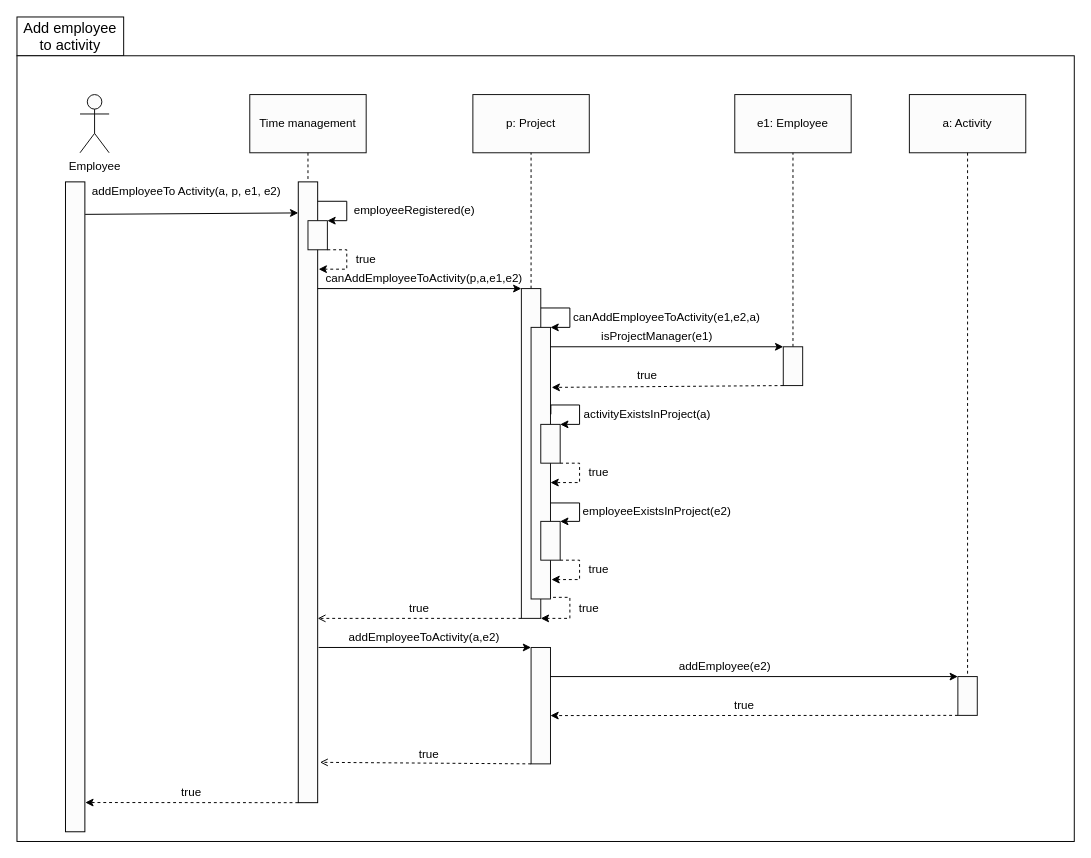
This is addEmployeeToActivity-sequence-diagram.drawio from HLLissau/SoftwareProjekt, a draw.io file, before an edit. Source tidied: cells renumbered, new cells numbered last; positions are measured from the earlier drawing's top-left corner, leaving out a move shared by most shapes. Both pictures are drawn from the tidied source at 97%, with x=0, y=0 at pixel (16, 16).
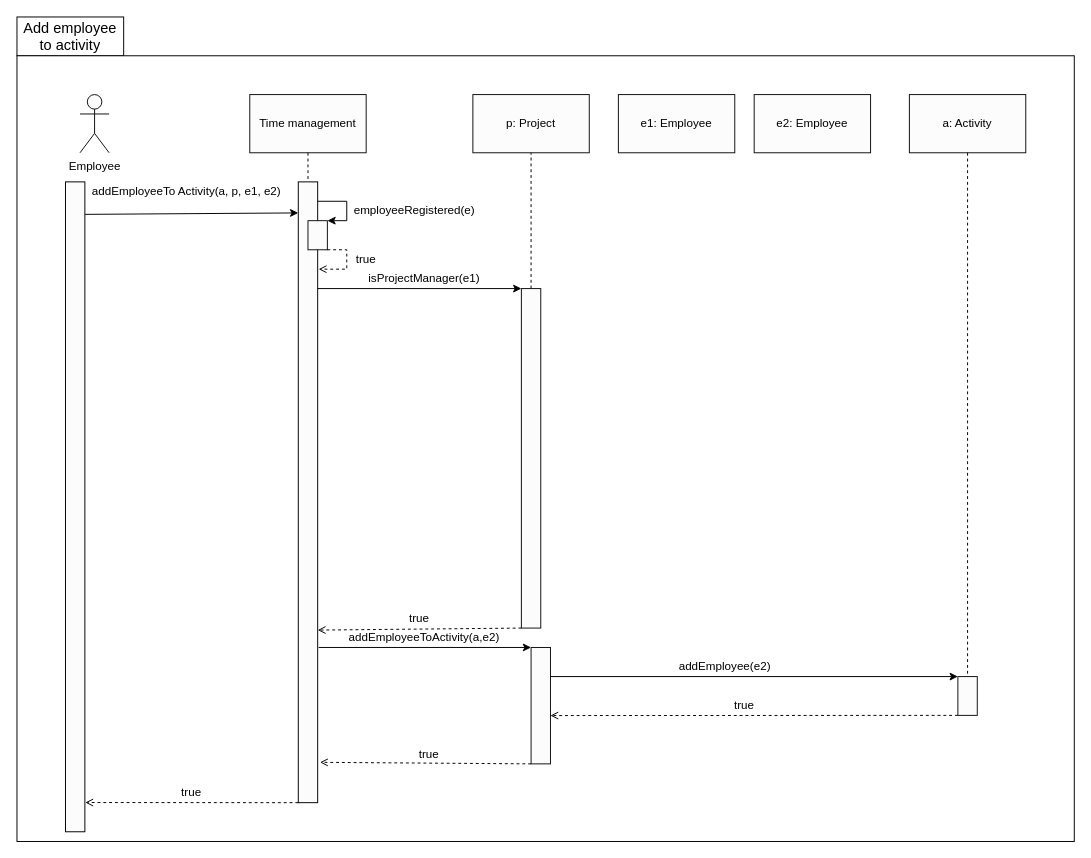
The same diagram, later.

The change refers to these unchanged cells:
```xml
<mxCell id="4" style="rounded=0;whiteSpace=wrap;html=1;fillColor=#FCFCFC;" parent="1" vertex="1">
  <mxGeometry x="290" y="170" width="20" height="640" as="geometry" />
</mxCell>
<mxCell id="10" style="rounded=0;whiteSpace=wrap;html=1;fillColor=#FCFCFC;" parent="1" vertex="1">
  <mxGeometry x="50" y="170" width="20" height="670" as="geometry" />
</mxCell>
<mxCell id="16" style="rounded=0;whiteSpace=wrap;html=1;strokeColor=#0F0F0F;fillColor=#FCFCFC;" parent="1" vertex="1">
  <mxGeometry x="300" y="210" width="20" height="30" as="geometry" />
</mxCell>
<mxCell id="33" style="rounded=0;whiteSpace=wrap;html=1;strokeColor=#0F0F0F;fillColor=#FCFCFC;" parent="1" vertex="1">
  <mxGeometry x="530" y="650" width="20" height="120" as="geometry" />
</mxCell>
<mxCell id="46" style="rounded=0;whiteSpace=wrap;html=1;strokeColor=#0F0F0F;fillColor=#FCFCFC;" parent="1" vertex="1">
  <mxGeometry x="970" y="680" width="20" height="40" as="geometry" />
</mxCell>
```

Change to the diagram source:
```diff
@@
     <mxCell id="7" value="e1: Employee" style="rounded=0;whiteSpace=wrap;html=1;fillColor=#FCFCFC;strokeColor=#0F0F0F;" parent="1" vertex="1">
-      <mxGeometry x="740" y="80" width="120" height="60" as="geometry" />
+      <mxGeometry x="620" y="80" width="120" height="60" as="geometry" />
     </mxCell>
@@
-    <mxCell id="15" style="endArrow=none;dashed=1;html=1;entryX=0.5;entryY=1;entryDx=0;entryDy=0;exitX=0.5;exitY=0;exitDx=0;exitDy=0;" parent="1" edge="1" source="26" target="7">
-      <mxGeometry relative="1" as="geometry" />
-    </mxCell>
@@
-    <mxCell id="19" style="endArrow=classic;html=1;dashed=1;exitX=1;exitY=1;exitDx=0;exitDy=0;rounded=0;" parent="1" edge="1" source="16">
+    <mxCell id="19" style="endArrow=open;html=1;dashed=1;exitX=1;exitY=1;exitDx=0;exitDy=0;rounded=0;endFill=0;" parent="1" edge="1" source="16">
       <mxGeometry relative="1" as="geometry">
         <mxPoint x="311" y="260" as="targetPoint" />
         <Array as="points">
           <mxPoint x="340" y="240" />
           <mxPoint x="340" y="260" />
         </Array>
       </mxGeometry>
     </mxCell>
     <mxCell id="20" style="rounded=0;whiteSpace=wrap;html=1;strokeColor=#0F0F0F;fillColor=#FCFCFC;" parent="1" vertex="1">
-      <mxGeometry x="520" y="280" width="20" height="340" as="geometry" />
+      <mxGeometry x="520" y="280" width="20" height="350" as="geometry" />
     </mxCell>
@@
-    <mxCell id="22" value="canAddEmployeeToActivity(p,a,e1,e2)" style="text;html=1;strokeColor=none;fillColor=none;align=center;verticalAlign=middle;whiteSpace=wrap;rounded=0;" parent="1" vertex="1">
+    <mxCell id="22" value="isProjectManager(e1)" style="text;html=1;strokeColor=none;fillColor=none;align=center;verticalAlign=middle;whiteSpace=wrap;rounded=0;" parent="1" vertex="1">
       <mxGeometry x="400" y="260" width="40" height="20" as="geometry" />
     </mxCell>
-    <mxCell id="23" style="rounded=0;whiteSpace=wrap;html=1;strokeColor=#0F0F0F;fillColor=#FCFCFC;" parent="1" vertex="1">
-      <mxGeometry x="530" y="320" width="20" height="280" as="geometry" />
-    </mxCell>
-    <mxCell id="24" style="endArrow=classic;html=1;entryX=1;entryY=0;entryDx=0;entryDy=0;edgeStyle=orthogonalEdgeStyle;rounded=0;" parent="1" edge="1" target="23">
-      <mxGeometry relative="1" as="geometry">
-        <mxPoint x="540" y="300" as="sourcePoint" />
-        <Array as="points">
-          <mxPoint x="570" y="300" />
-          <mxPoint x="570" y="320" />
-        </Array>
-      </mxGeometry>
-    </mxCell>
-    <mxCell id="25" value="canAddEmployeeToActivity(e1,e2,a)" style="text;html=1;strokeColor=none;fillColor=none;align=center;verticalAlign=middle;whiteSpace=wrap;rounded=0;" parent="1" vertex="1">
-      <mxGeometry x="650" y="300" width="40" height="20" as="geometry" />
-    </mxCell>
-    <mxCell id="26" style="rounded=0;whiteSpace=wrap;html=1;strokeColor=#0F0F0F;fillColor=#FCFCFC;" parent="1" vertex="1">
-      <mxGeometry x="790" y="340" width="20" height="40" as="geometry" />
-    </mxCell>
-    <mxCell id="27" style="endArrow=classic;html=1;entryX=0;entryY=0;entryDx=0;entryDy=0;" parent="1" edge="1" target="26">
-      <mxGeometry relative="1" as="geometry">
-        <mxPoint x="550" y="340" as="sourcePoint" />
-      </mxGeometry>
-    </mxCell>
-    <mxCell id="28" value="isProjectManager(e1)" style="text;html=1;strokeColor=none;fillColor=none;align=center;verticalAlign=middle;whiteSpace=wrap;rounded=0;" parent="1" vertex="1">
-      <mxGeometry x="640" y="320" width="40" height="20" as="geometry" />
-    </mxCell>
-    <mxCell id="29" style="endArrow=classic;html=1;exitX=0;exitY=1;exitDx=0;exitDy=0;entryX=1.06;entryY=0.221;entryDx=0;entryDy=0;dashed=1;entryPerimeter=0;" parent="1" edge="1" source="26" target="23">
-      <mxGeometry relative="1" as="geometry" />
-    </mxCell>
-    <mxCell id="30" value="true" style="text;html=1;strokeColor=none;fillColor=none;align=center;verticalAlign=middle;whiteSpace=wrap;rounded=0;" parent="1" vertex="1">
-      <mxGeometry x="630" y="360" width="40" height="20" as="geometry" />
-    </mxCell>
-    <mxCell id="31" style="endArrow=open;html=1;dashed=1;exitX=0;exitY=1;exitDx=0;exitDy=0;endFill=0;" parent="1" edge="1" source="20">
-      <mxGeometry relative="1" as="geometry">
-        <mxPoint x="310" y="620" as="targetPoint" />
-      </mxGeometry>
+    <mxCell id="31" style="endArrow=open;html=1;dashed=1;exitX=0;exitY=1;exitDx=0;exitDy=0;endFill=0;entryX=1.003;entryY=0.722;entryDx=0;entryDy=0;entryPerimeter=0;" parent="1" edge="1" source="20" target="4">
+      <mxGeometry relative="1" as="geometry" />
     </mxCell>
     <mxCell id="32" value="true" style="text;html=1;strokeColor=none;fillColor=none;align=center;verticalAlign=middle;whiteSpace=wrap;rounded=0;" parent="1" vertex="1">
-      <mxGeometry x="395" y="600" width="40" height="20" as="geometry" />
+      <mxGeometry x="395" y="610" width="40" height="20" as="geometry" />
     </mxCell>
@@
-    <mxCell id="38" style="endArrow=classic;html=1;dashed=1;exitX=0;exitY=1;exitDx=0;exitDy=0;entryX=1.02;entryY=0.955;entryDx=0;entryDy=0;entryPerimeter=0;" parent="1" edge="1" source="4" target="10">
+    <mxCell id="38" style="endArrow=open;html=1;dashed=1;exitX=0;exitY=1;exitDx=0;exitDy=0;entryX=1.02;entryY=0.955;entryDx=0;entryDy=0;entryPerimeter=0;endFill=0;" parent="1" edge="1" source="4" target="10">
       <mxGeometry relative="1" as="geometry" />
     </mxCell>
@@
-    <mxCell id="41" style="rounded=0;whiteSpace=wrap;html=1;strokeColor=#0F0F0F;fillColor=#FCFCFC;" parent="1" vertex="1">
-      <mxGeometry x="540" y="420" width="20" height="40" as="geometry" />
-    </mxCell>
-    <mxCell id="42" style="endArrow=classic;html=1;entryX=1;entryY=0;entryDx=0;entryDy=0;rounded=0;edgeStyle=orthogonalEdgeStyle;exitX=1.021;exitY=0.32;exitDx=0;exitDy=0;exitPerimeter=0;" parent="1" edge="1" source="23" target="41">
-      <mxGeometry relative="1" as="geometry">
-        <Array as="points">
-          <mxPoint x="580" y="400" />
-          <mxPoint x="580" y="420" />
-        </Array>
-      </mxGeometry>
-    </mxCell>
-    <mxCell id="43" value="activityExistsInProject(a)" style="text;html=1;strokeColor=none;fillColor=none;align=center;verticalAlign=middle;whiteSpace=wrap;rounded=0;" parent="1" vertex="1">
-      <mxGeometry x="630" y="400" width="40" height="20" as="geometry" />
-    </mxCell>
-    <mxCell id="44" value="true" style="text;html=1;strokeColor=none;fillColor=none;align=center;verticalAlign=middle;whiteSpace=wrap;rounded=0;" parent="1" vertex="1">
-      <mxGeometry x="580" y="460" width="40" height="20" as="geometry" />
-    </mxCell>
-    <mxCell id="45" style="endArrow=classic;html=1;dashed=1;exitX=1;exitY=1;exitDx=0;exitDy=0;rounded=0;" parent="1" edge="1" source="41">
-      <mxGeometry relative="1" as="geometry">
-        <mxPoint x="550" y="480" as="targetPoint" />
-        <Array as="points">
-          <mxPoint x="580" y="460" />
-          <mxPoint x="580" y="470" />
-          <mxPoint x="580" y="480" />
-        </Array>
-      </mxGeometry>
-    </mxCell>
@@
-    <mxCell id="50" style="rounded=0;whiteSpace=wrap;html=1;strokeColor=#0F0F0F;fillColor=#FCFCFC;" parent="1" vertex="1">
-      <mxGeometry x="540" y="520" width="20" height="40" as="geometry" />
-    </mxCell>
-    <mxCell id="51" style="endArrow=classic;html=1;entryX=1;entryY=0;entryDx=0;entryDy=0;rounded=0;endFill=1;" parent="1" edge="1" target="50">
-      <mxGeometry relative="1" as="geometry">
-        <mxPoint x="550" y="501" as="sourcePoint" />
-        <Array as="points">
-          <mxPoint x="580" y="501" />
-          <mxPoint x="580" y="520" />
-        </Array>
-      </mxGeometry>
-    </mxCell>
-    <mxCell id="52" value="employeeExistsInProject(e2)" style="text;html=1;strokeColor=none;fillColor=none;align=center;verticalAlign=middle;whiteSpace=wrap;rounded=0;" parent="1" vertex="1">
-      <mxGeometry x="640" y="500" width="40" height="20" as="geometry" />
-    </mxCell>
-    <mxCell id="53" style="endArrow=classic;html=1;exitX=1;exitY=1;exitDx=0;exitDy=0;rounded=0;edgeStyle=orthogonalEdgeStyle;dashed=1;" parent="1" edge="1" source="50">
-      <mxGeometry relative="1" as="geometry">
-        <mxPoint x="551" y="580" as="targetPoint" />
-        <Array as="points">
-          <mxPoint x="560" y="560" />
-          <mxPoint x="580" y="560" />
-          <mxPoint x="580" y="580" />
-        </Array>
-      </mxGeometry>
-    </mxCell>
-    <mxCell id="54" value="true" style="text;html=1;strokeColor=none;fillColor=none;align=center;verticalAlign=middle;whiteSpace=wrap;rounded=0;" parent="1" vertex="1">
-      <mxGeometry x="580" y="560" width="40" height="20" as="geometry" />
-    </mxCell>
-    <mxCell id="55" style="endArrow=classic;html=1;dashed=1;exitX=1.133;exitY=0.994;exitDx=0;exitDy=0;exitPerimeter=0;entryX=1;entryY=1;entryDx=0;entryDy=0;rounded=0;edgeStyle=orthogonalEdgeStyle;" parent="1" edge="1" source="23" target="20">
-      <mxGeometry relative="1" as="geometry">
-        <Array as="points">
-          <mxPoint x="570" y="598" />
-          <mxPoint x="570" y="620" />
-        </Array>
-      </mxGeometry>
-    </mxCell>
-    <mxCell id="56" value="true" style="text;html=1;strokeColor=none;fillColor=none;align=center;verticalAlign=middle;whiteSpace=wrap;rounded=0;" parent="1" vertex="1">
-      <mxGeometry x="570" y="600" width="40" height="20" as="geometry" />
-    </mxCell>
-    <mxCell id="57" style="endArrow=classic;html=1;dashed=1;exitX=0;exitY=1;exitDx=0;exitDy=0;entryX=0.996;entryY=0.585;entryDx=0;entryDy=0;entryPerimeter=0;" parent="1" edge="1" source="46" target="33">
+    <mxCell id="57" style="endArrow=open;html=1;dashed=1;exitX=0;exitY=1;exitDx=0;exitDy=0;entryX=0.996;entryY=0.585;entryDx=0;entryDy=0;entryPerimeter=0;endFill=0;" parent="1" edge="1" source="46" target="33">
       <mxGeometry relative="1" as="geometry" />
     </mxCell>
@@
+    <mxCell id="60" value="&lt;div&gt;e2: Employee&lt;/div&gt;" style="rounded=0;whiteSpace=wrap;html=1;fillColor=#FCFCFC;strokeColor=#0F0F0F;" parent="1" vertex="1">
+      <mxGeometry x="760" y="80" width="120" height="60" as="geometry" />
+    </mxCell>
```
